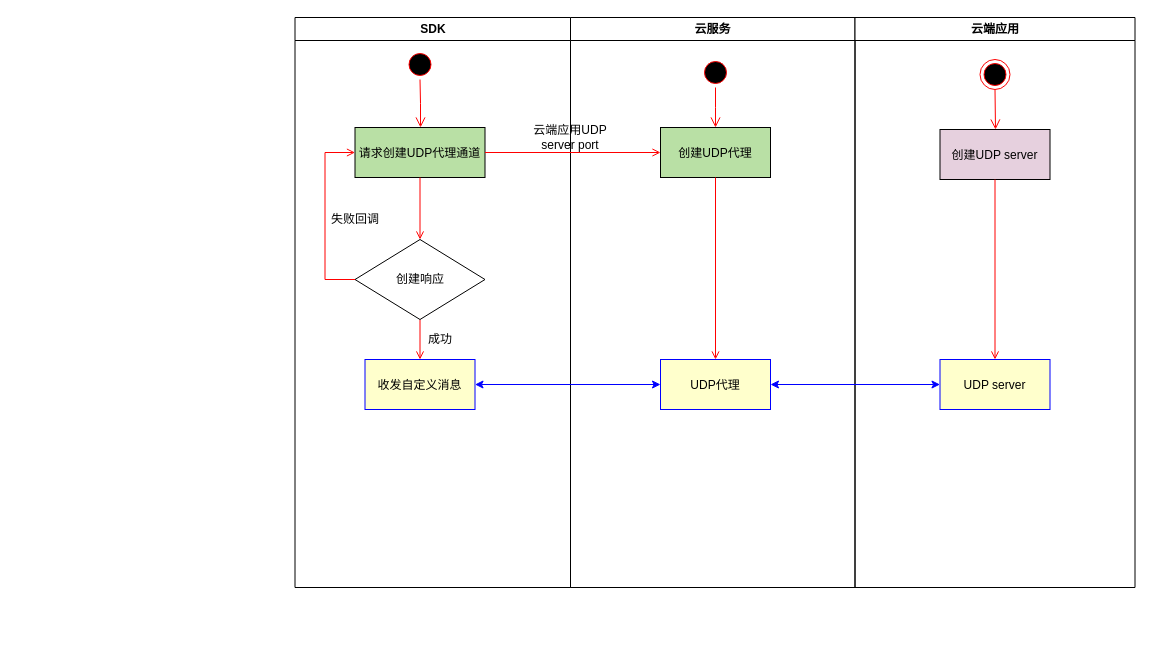
Earlier version of the draw.io diagram Untitled Diagram.drawio (crazyevent/KSP_zh). Source tidied: cells renumbered, new cells numbered last; positions are measured from the earlier drawing's top-left corner, leaving out a move shared by most shapes. Both pictures are drawn from the tidied source at 100%, with x=0, y=0 at pixel (294, 17).
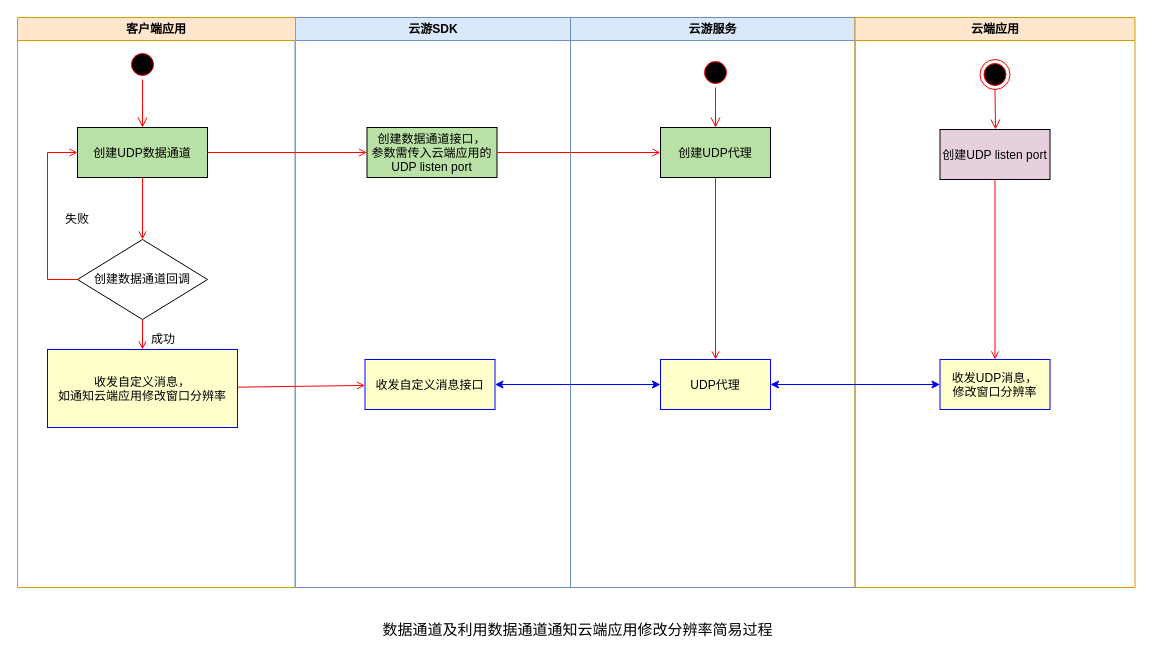
The same diagram, later.

What changed in the source:
```diff
@@
-    <mxCell id="2" value="SDK" style="swimlane;whiteSpace=wrap;" parent="1" vertex="1">
+    <mxCell id="2" value="云游SDK" style="swimlane;whiteSpace=wrap;fillColor=#dae8fc;strokeColor=#6c8ebf;" parent="1" vertex="1">
       <mxGeometry x="0.5" width="275.5" height="570" as="geometry" />
     </mxCell>
-    <mxCell id="3" style="ellipse;shape=startState;fillColor=#000000;strokeColor=#ff0000;" parent="2" vertex="1">
-      <mxGeometry x="110" y="32" width="30" height="30" as="geometry" />
-    </mxCell>
-    <mxCell id="4" style="edgeStyle=elbowEdgeStyle;elbow=horizontal;verticalAlign=bottom;endArrow=open;endSize=8;strokeColor=#FF0000;endFill=1;rounded=0;" parent="2" edge="1" source="3" target="5">
-      <mxGeometry x="100" y="40" as="geometry" />
-    </mxCell>
-    <mxCell id="5" value="请求创建UDP代理通道" style="fillColor=#B9E0A5;" parent="2" vertex="1">
-      <mxGeometry x="60" y="110" width="130" height="50" as="geometry" />
+    <mxCell id="5" value="创建数据通道接口，&#10;参数需传入云端应用的&#10;UDP listen port" style="fillColor=#B9E0A5;" parent="2" vertex="1">
+      <mxGeometry x="72" y="110" width="130" height="50" as="geometry" />
     </mxCell>
-    <mxCell id="6" style="endArrow=open;strokeColor=#FF0000;endFill=1;rounded=0;entryX=0.5;entryY=0;entryDx=0;entryDy=0;" parent="2" edge="1" source="5" target="10">
-      <mxGeometry relative="1" as="geometry" />
-    </mxCell>
-    <mxCell id="7" value="收发自定义消息" style="strokeColor=#0000FF;fillColor=#FFFFCC;" parent="2" vertex="1">
-      <mxGeometry x="70" y="342" width="110" height="50" as="geometry" />
+    <mxCell id="7" value="收发自定义消息接口" style="strokeColor=#0000FF;fillColor=#FFFFCC;" parent="2" vertex="1">
+      <mxGeometry x="70" y="342" width="130" height="50" as="geometry" />
     </mxCell>
-    <mxCell id="8" style="endArrow=open;strokeColor=#FF0000;endFill=1;rounded=0;exitX=0.5;exitY=1;exitDx=0;exitDy=0;" parent="2" edge="1" source="10" target="7">
-      <mxGeometry relative="1" as="geometry" />
-    </mxCell>
-    <mxCell id="9" style="edgeStyle=elbowEdgeStyle;elbow=horizontal;strokeColor=#FF0000;endArrow=open;endFill=1;rounded=0;exitX=0;exitY=0.5;exitDx=0;exitDy=0;" parent="2" edge="1" source="10" target="5">
-      <mxGeometry relative="1" as="geometry">
-        <Array as="points">
-          <mxPoint x="30" y="250" />
-        </Array>
-      </mxGeometry>
-    </mxCell>
-    <mxCell id="10" value="创建响应" style="rhombus;whiteSpace=wrap;html=1;" parent="2" vertex="1">
-      <mxGeometry x="60" y="222" width="130" height="80" as="geometry" />
-    </mxCell>
-    <mxCell id="11" value="成功" style="text;html=1;strokeColor=none;fillColor=none;align=center;verticalAlign=middle;whiteSpace=wrap;rounded=0;" parent="2" vertex="1">
-      <mxGeometry x="125.5" y="312" width="40" height="20" as="geometry" />
-    </mxCell>
-    <mxCell id="12" value="失败回调" style="text;html=1;strokeColor=none;fillColor=none;align=center;verticalAlign=middle;whiteSpace=wrap;rounded=0;" parent="2" vertex="1">
-      <mxGeometry x="30" y="192" width="60" height="20" as="geometry" />
-    </mxCell>
-    <mxCell id="13" value="云服务" style="swimlane;whiteSpace=wrap;" parent="1" vertex="1">
+    <mxCell id="13" value="云游服务" style="swimlane;whiteSpace=wrap;fillColor=#dae8fc;strokeColor=#6c8ebf;" parent="1" vertex="1">
       <mxGeometry x="276" width="284.5" height="570" as="geometry" />
     </mxCell>
@@
-    <mxCell id="19" value="云端应用UDP server port" style="text;html=1;strokeColor=none;fillColor=none;align=center;verticalAlign=middle;whiteSpace=wrap;rounded=0;" parent="13" vertex="1">
-      <mxGeometry x="-50" y="110" width="99.5" height="20" as="geometry" />
-    </mxCell>
-    <mxCell id="20" value="云端应用" style="swimlane;whiteSpace=wrap;" parent="1" vertex="1">
+    <mxCell id="20" value="云端应用" style="swimlane;whiteSpace=wrap;fillColor=#ffe6cc;strokeColor=#d79b00;" parent="1" vertex="1">
       <mxGeometry x="560.5" width="280" height="570" as="geometry" />
     </mxCell>
-    <mxCell id="21" value="UDP server" style="strokeColor=#0000FF;fillColor=#FFFFCC;" parent="20" vertex="1">
+    <mxCell id="21" value="收发UDP消息，&#10;修改窗口分辨率" style="strokeColor=#0000FF;fillColor=#FFFFCC;" parent="20" vertex="1">
       <mxGeometry x="85" y="342" width="110" height="50" as="geometry" />
     </mxCell>
@@
-    <mxCell id="23" value="创建UDP server" style="fillColor=#E6D0DE;" parent="20" vertex="1">
+    <mxCell id="23" value="创建UDP listen port" style="fillColor=#E6D0DE;" parent="20" vertex="1">
       <mxGeometry x="85" y="112" width="110" height="50" as="geometry" />
     </mxCell>
@@
+    <mxCell id="29" value="客户端应用" style="swimlane;whiteSpace=wrap;fillColor=#ffe6cc;strokeColor=#d79b00;" parent="1" vertex="1">
+      <mxGeometry x="-277" width="278" height="570" as="geometry" />
+    </mxCell>
+    <mxCell id="3" style="ellipse;shape=startState;fillColor=#000000;strokeColor=#ff0000;" parent="29" vertex="1">
+      <mxGeometry x="110" y="32" width="30" height="30" as="geometry" />
+    </mxCell>
+    <mxCell id="30" style="edgeStyle=elbowEdgeStyle;elbow=horizontal;verticalAlign=bottom;endArrow=open;endSize=8;strokeColor=#FF0000;endFill=1;rounded=0;" parent="29" edge="1" source="3" target="31">
+      <mxGeometry x="100" y="40" as="geometry" />
+    </mxCell>
+    <mxCell id="31" value="创建UDP数据通道" style="fillColor=#B9E0A5;" parent="29" vertex="1">
+      <mxGeometry x="60" y="110" width="130" height="50" as="geometry" />
+    </mxCell>
+    <mxCell id="32" style="endArrow=open;strokeColor=#FF0000;endFill=1;rounded=0;entryX=0.5;entryY=0;entryDx=0;entryDy=0;" parent="29" edge="1" source="31" target="36">
+      <mxGeometry relative="1" as="geometry" />
+    </mxCell>
+    <mxCell id="33" value="收发自定义消息，&#10;如通知云端应用修改窗口分辨率" style="strokeColor=#0000FF;fillColor=#FFFFCC;" parent="29" vertex="1">
+      <mxGeometry x="30" y="332" width="190" height="78" as="geometry" />
+    </mxCell>
+    <mxCell id="34" style="endArrow=open;strokeColor=#FF0000;endFill=1;rounded=0;exitX=0.5;exitY=1;exitDx=0;exitDy=0;" parent="29" edge="1" source="36" target="33">
+      <mxGeometry relative="1" as="geometry" />
+    </mxCell>
+    <mxCell id="35" style="edgeStyle=elbowEdgeStyle;elbow=horizontal;strokeColor=#FF0000;endArrow=open;endFill=1;rounded=0;exitX=0;exitY=0.5;exitDx=0;exitDy=0;" parent="29" edge="1" source="36" target="31">
+      <mxGeometry relative="1" as="geometry">
+        <Array as="points">
+          <mxPoint x="30" y="250" />
+        </Array>
+      </mxGeometry>
+    </mxCell>
+    <mxCell id="36" value="创建数据通道回调" style="rhombus;whiteSpace=wrap;html=1;" parent="29" vertex="1">
+      <mxGeometry x="60" y="222" width="130" height="80" as="geometry" />
+    </mxCell>
+    <mxCell id="11" value="成功" style="text;html=1;strokeColor=none;fillColor=none;align=center;verticalAlign=middle;whiteSpace=wrap;rounded=0;" parent="29" vertex="1">
+      <mxGeometry x="125.5" y="312" width="40" height="20" as="geometry" />
+    </mxCell>
+    <mxCell id="37" value="失败" style="text;html=1;strokeColor=none;fillColor=none;align=center;verticalAlign=middle;whiteSpace=wrap;rounded=0;" parent="29" vertex="1">
+      <mxGeometry x="30" y="192" width="60" height="20" as="geometry" />
+    </mxCell>
+    <mxCell id="38" style="endArrow=open;strokeColor=#FF0000;endFill=1;rounded=0;" parent="1" edge="1" source="33" target="7">
+      <mxGeometry relative="1" as="geometry" />
+    </mxCell>
+    <mxCell id="39" style="endArrow=open;strokeColor=#FF0000;endFill=1;rounded=0;entryX=0;entryY=0.5;entryDx=0;entryDy=0;" parent="1" edge="1" source="31" target="5">
+      <mxGeometry relative="1" as="geometry" />
+    </mxCell>
+    <mxCell id="40" value="&lt;font style=&quot;font-size: 15px&quot;&gt;数据通道及利用数据通道通知云端应用修改分辨率简易过程&lt;/font&gt;" style="text;html=1;align=center;verticalAlign=middle;fillColor=none;strokeColor=none;rounded=0;" parent="1" vertex="1">
+      <mxGeometry x="78" y="602" width="410" height="20" as="geometry" />
+    </mxCell>
```
